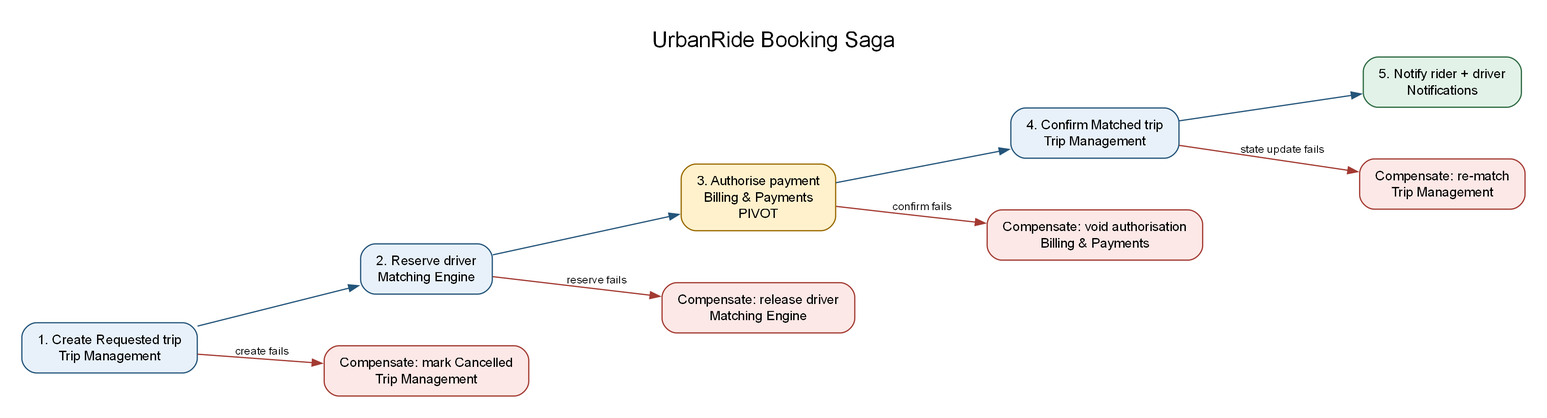
Before: diagrams/saga-01-booking.png, a diagram exported from Graphviz (RashmikaMadaela/urbanride-architecture). Its source is kept beside it as diagrams/source/saga-01-booking.dot. Source of this version:
```dot
digraph BookingSaga {
  graph [rankdir=LR, bgcolor="white", pad="0.25", nodesep="0.6", ranksep="0.8", labelloc="t", label="UrbanRide Booking Saga", fontname="Arial", fontsize=18];
  node [shape=box, style="rounded,filled", fillcolor="#E8F1FA", color="#24557A", fontname="Arial", fontsize=11, margin="0.18,0.10"];
  edge [color="#24557A", fontname="Arial", fontsize=9, arrowsize=0.8];
  trip1 [label="1. Create Requested trip\nTrip Management"];
  match [label="2. Reserve driver\nMatching Engine"];
  pay [label="3. Authorise payment\nBilling & Payments\nPIVOT", fillcolor="#FFF1CC", color="#9A6A00"];
  trip2 [label="4. Confirm Matched trip\nTrip Management"];
  notify [label="5. Notify rider + driver\nNotifications", fillcolor="#E2F2E8", color="#2E6B43"];
  cancel [label="Compensate: mark Cancelled\nTrip Management", fillcolor="#FCE8E6", color="#A33A32"];
  release [label="Compensate: release driver\nMatching Engine", fillcolor="#FCE8E6", color="#A33A32"];
  void [label="Compensate: void authorisation\nBilling & Payments", fillcolor="#FCE8E6", color="#A33A32"];
  rematch [label="Compensate: re-match\nTrip Management", fillcolor="#FCE8E6", color="#A33A32"];
  trip1 -> match -> pay -> trip2 -> notify;
  trip1 -> cancel [label=" create fails", color="#A33A32"];
  match -> release [label=" reserve fails", color="#A33A32"];
  pay -> void [label=" confirm fails", color="#A33A32"];
  trip2 -> rematch [label=" state update fails", color="#A33A32"];
}
```
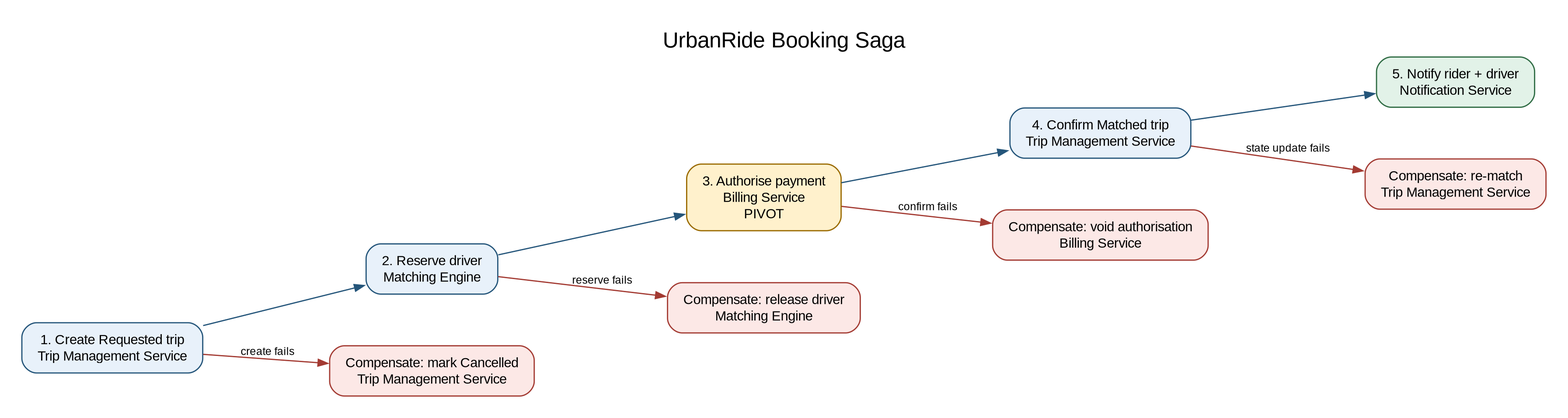
The same file after the commit.

Diff of the diagram source:
```diff
@@ -2,15 +2,15 @@
   graph [rankdir=LR, bgcolor="white", pad="0.25", nodesep="0.6", ranksep="0.8", labelloc="t", label="UrbanRide Booking Saga", fontname="Arial", fontsize=18];
   node [shape=box, style="rounded,filled", fillcolor="#E8F1FA", color="#24557A", fontname="Arial", fontsize=11, margin="0.18,0.10"];
   edge [color="#24557A", fontname="Arial", fontsize=9, arrowsize=0.8];
-  trip1 [label="1. Create Requested trip\nTrip Management"];
+  trip1 [label="1. Create Requested trip\nTrip Management Service"];
   match [label="2. Reserve driver\nMatching Engine"];
-  pay [label="3. Authorise payment\nBilling & Payments\nPIVOT", fillcolor="#FFF1CC", color="#9A6A00"];
-  trip2 [label="4. Confirm Matched trip\nTrip Management"];
-  notify [label="5. Notify rider + driver\nNotifications", fillcolor="#E2F2E8", color="#2E6B43"];
-  cancel [label="Compensate: mark Cancelled\nTrip Management", fillcolor="#FCE8E6", color="#A33A32"];
+  pay [label="3. Authorise payment\nBilling Service\nPIVOT", fillcolor="#FFF1CC", color="#9A6A00"];
+  trip2 [label="4. Confirm Matched trip\nTrip Management Service"];
+  notify [label="5. Notify rider + driver\nNotification Service", fillcolor="#E2F2E8", color="#2E6B43"];
+  cancel [label="Compensate: mark Cancelled\nTrip Management Service", fillcolor="#FCE8E6", color="#A33A32"];
   release [label="Compensate: release driver\nMatching Engine", fillcolor="#FCE8E6", color="#A33A32"];
-  void [label="Compensate: void authorisation\nBilling & Payments", fillcolor="#FCE8E6", color="#A33A32"];
-  rematch [label="Compensate: re-match\nTrip Management", fillcolor="#FCE8E6", color="#A33A32"];
+  void [label="Compensate: void authorisation\nBilling Service", fillcolor="#FCE8E6", color="#A33A32"];
+  rematch [label="Compensate: re-match\nTrip Management Service", fillcolor="#FCE8E6", color="#A33A32"];
   trip1 -> match -> pay -> trip2 -> notify;
   trip1 -> cancel [label=" create fails", color="#A33A32"];
   match -> release [label=" reserve fails", color="#A33A32"];
```
